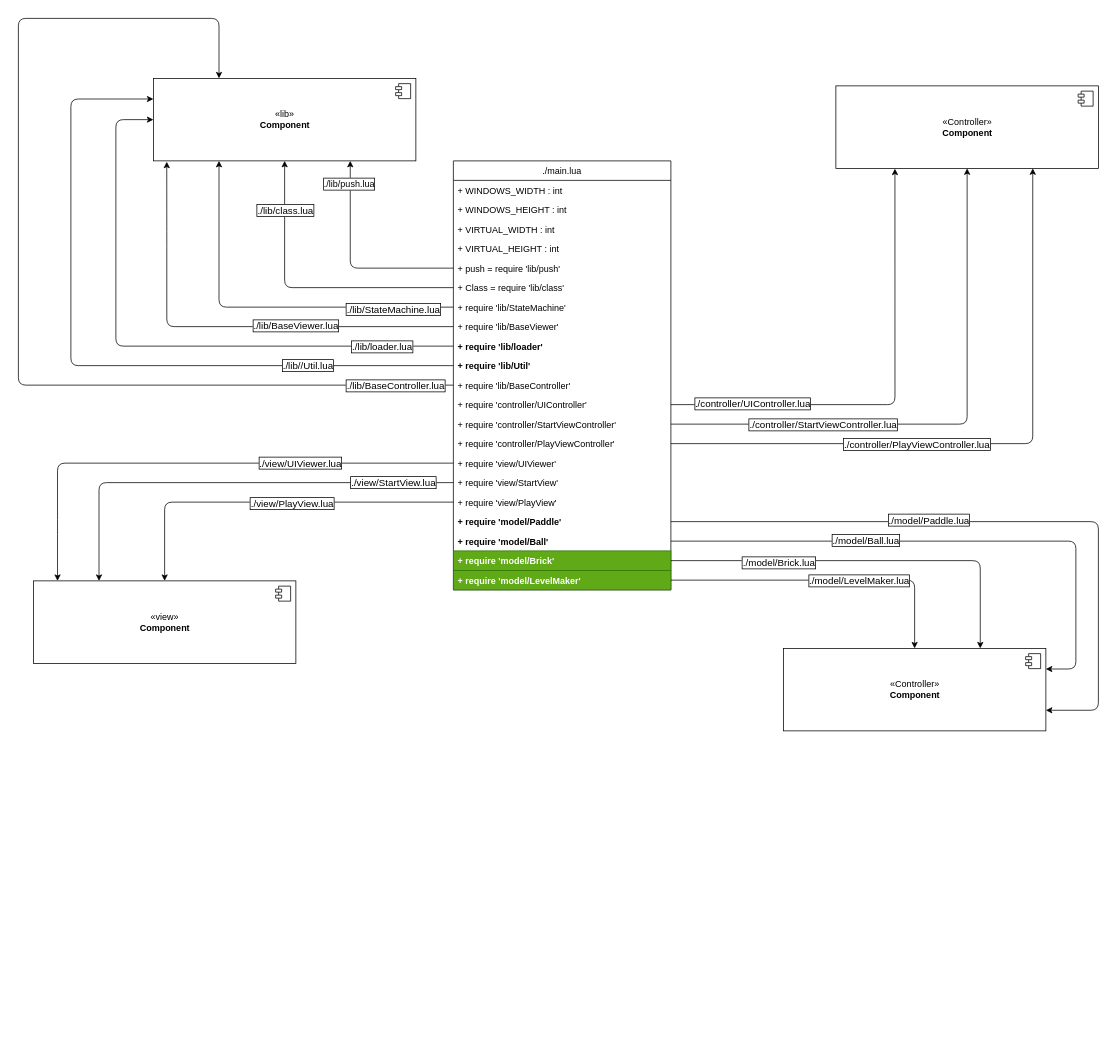
Earlier version of the draw.io diagram page "root" (7 of 10) of diagram.drawio (m00racle/breakout-love2d). Source tidied: cells renumbered, new cells numbered last; positions are measured from the earlier drawing's top-left corner, leaving out a move shared by most shapes. Both pictures are drawn from the tidied source at 75%, with x=0, y=0 at pixel (18, 18).
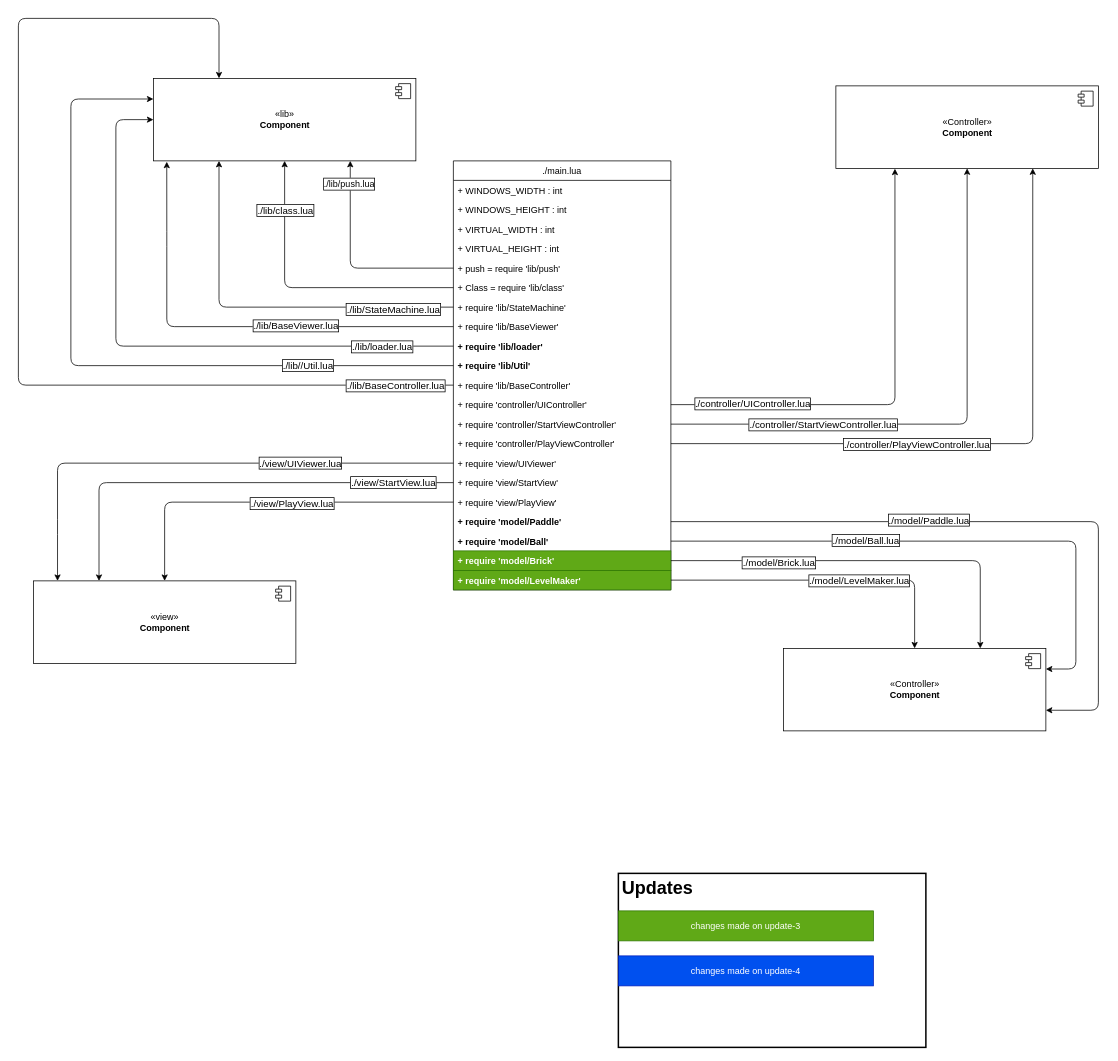
The same diagram, later.

What changed in the source:
```diff
@@
+    <mxCell id="66" value="&lt;h1&gt;Updates&lt;/h1&gt;" style="text;html=1;strokeColor=default;fillColor=none;spacing=5;spacingTop=-20;whiteSpace=wrap;overflow=hidden;rounded=0;strokeWidth=2;" parent="1" vertex="1">
+      <mxGeometry x="800" y="1140" width="410" height="232" as="geometry" />
+    </mxCell>
+    <mxCell id="67" value="changes made on update-3" style="whiteSpace=wrap;html=1;fillColor=#60a917;fontColor=#ffffff;strokeColor=#2D7600;" parent="1" vertex="1">
+      <mxGeometry x="800" y="1190" width="340" height="40" as="geometry" />
+    </mxCell>
+    <mxCell id="68" value="changes made on update-4" style="whiteSpace=wrap;html=1;fillColor=#0050ef;fontColor=#ffffff;strokeColor=#001DBC;" parent="1" vertex="1">
+      <mxGeometry x="800" y="1250" width="340" height="40" as="geometry" />
+    </mxCell>
```
